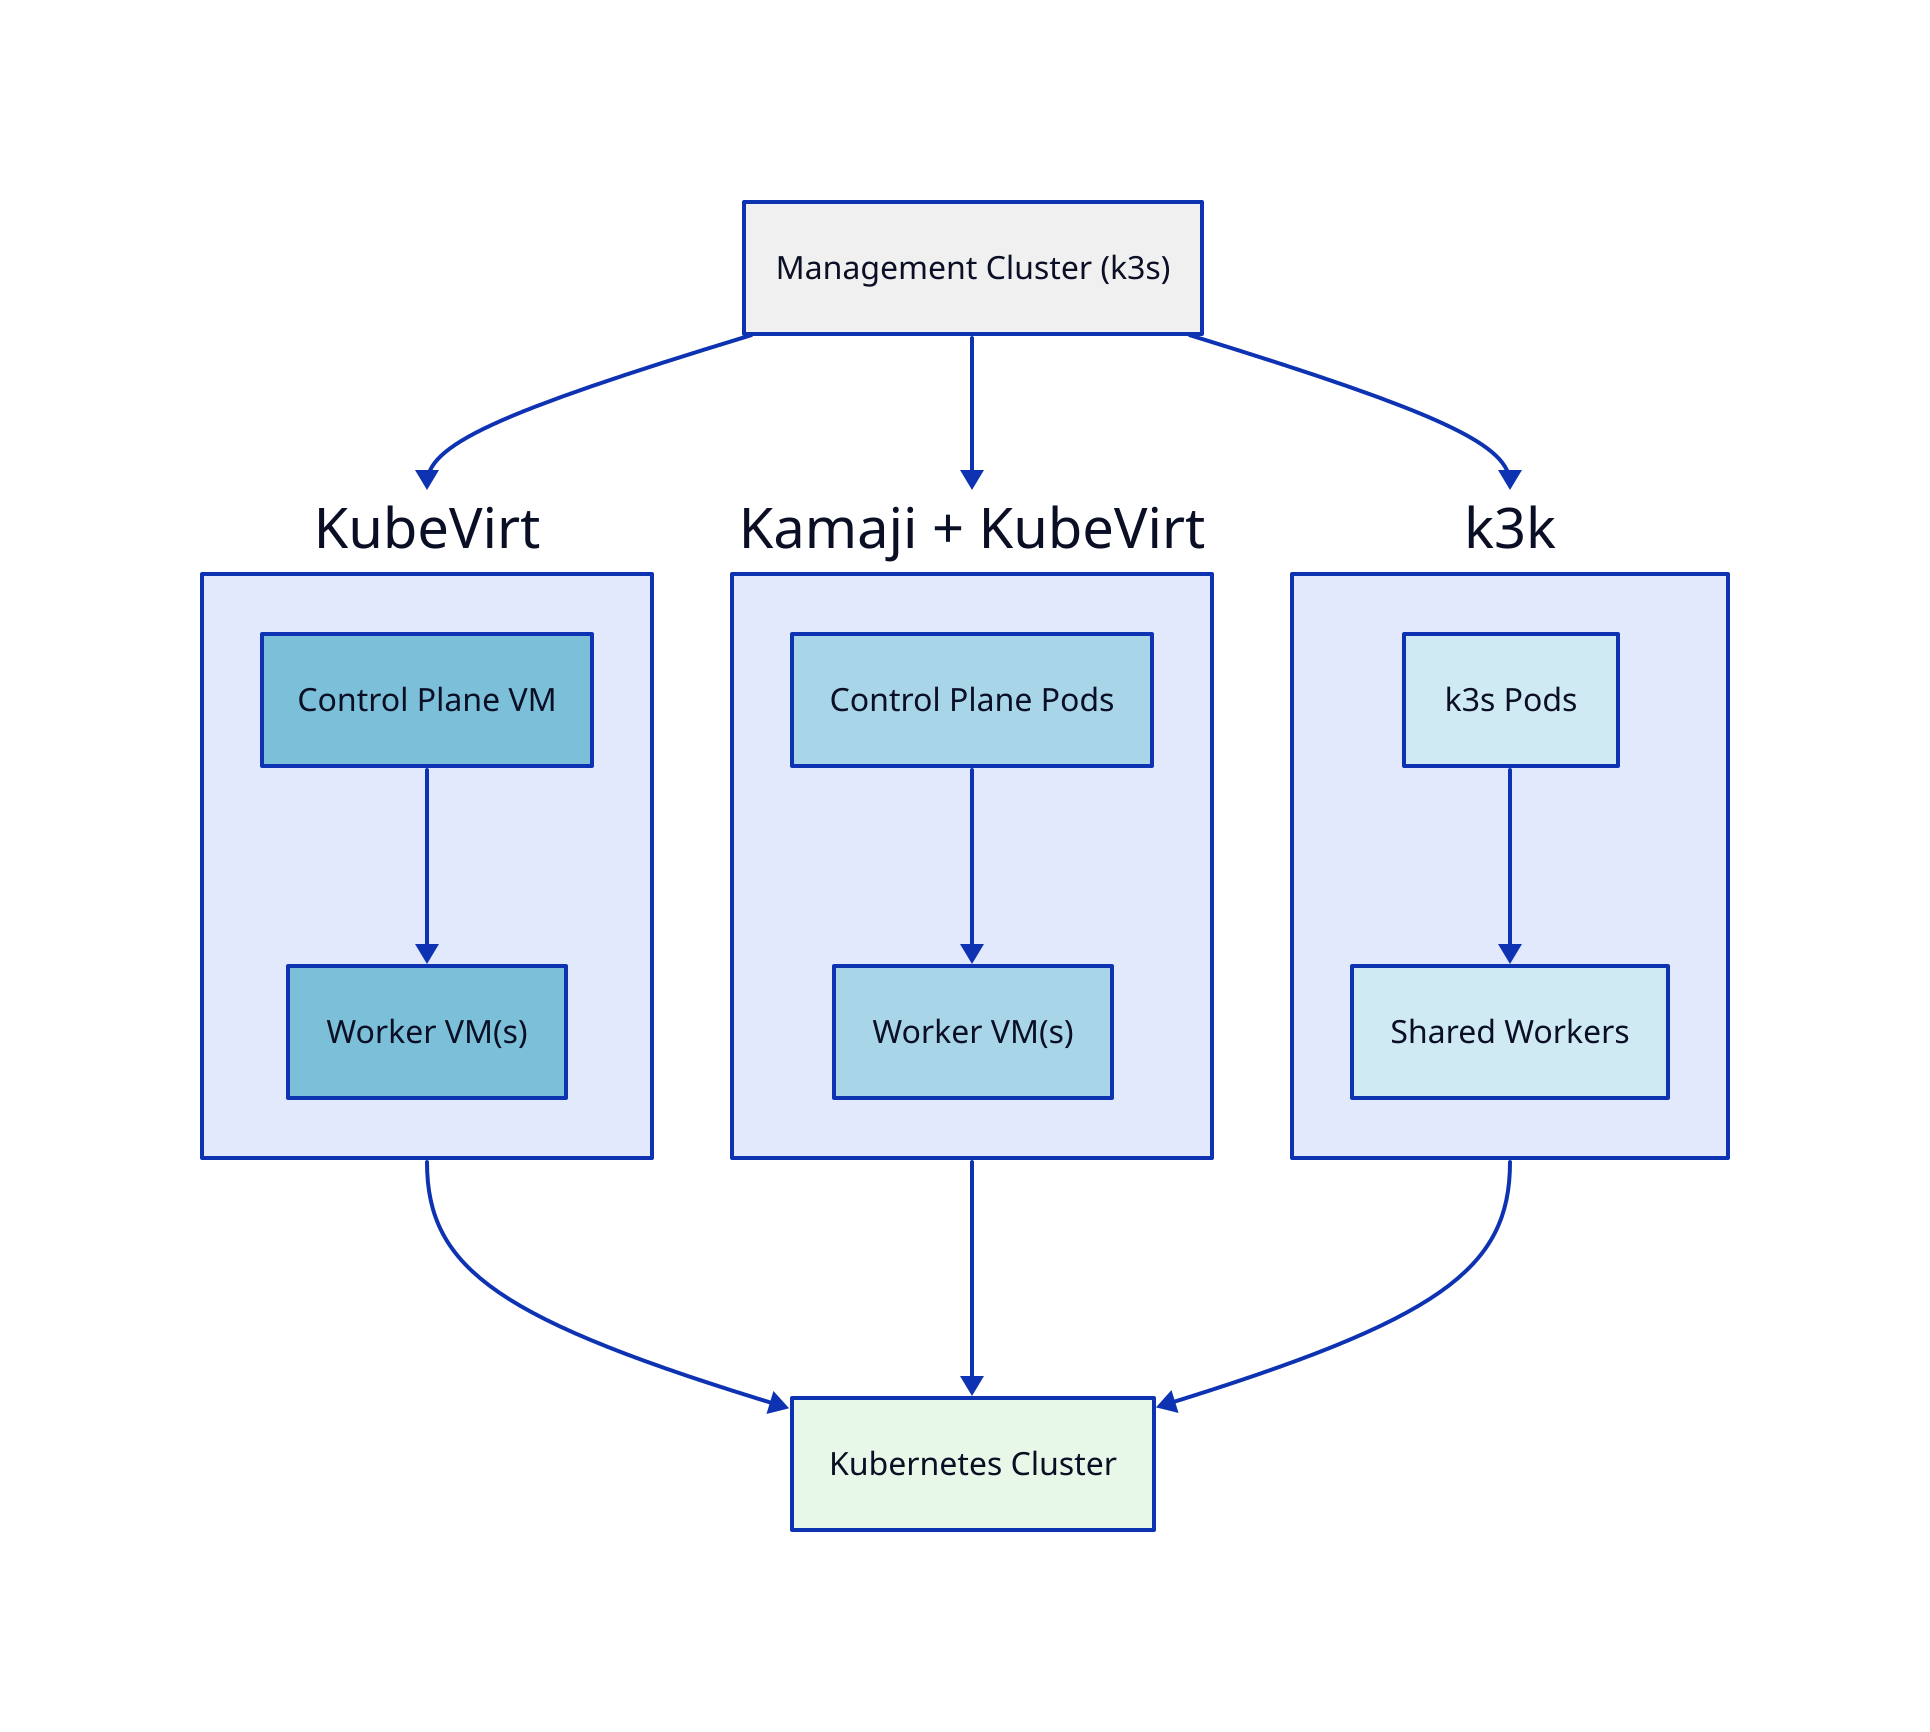
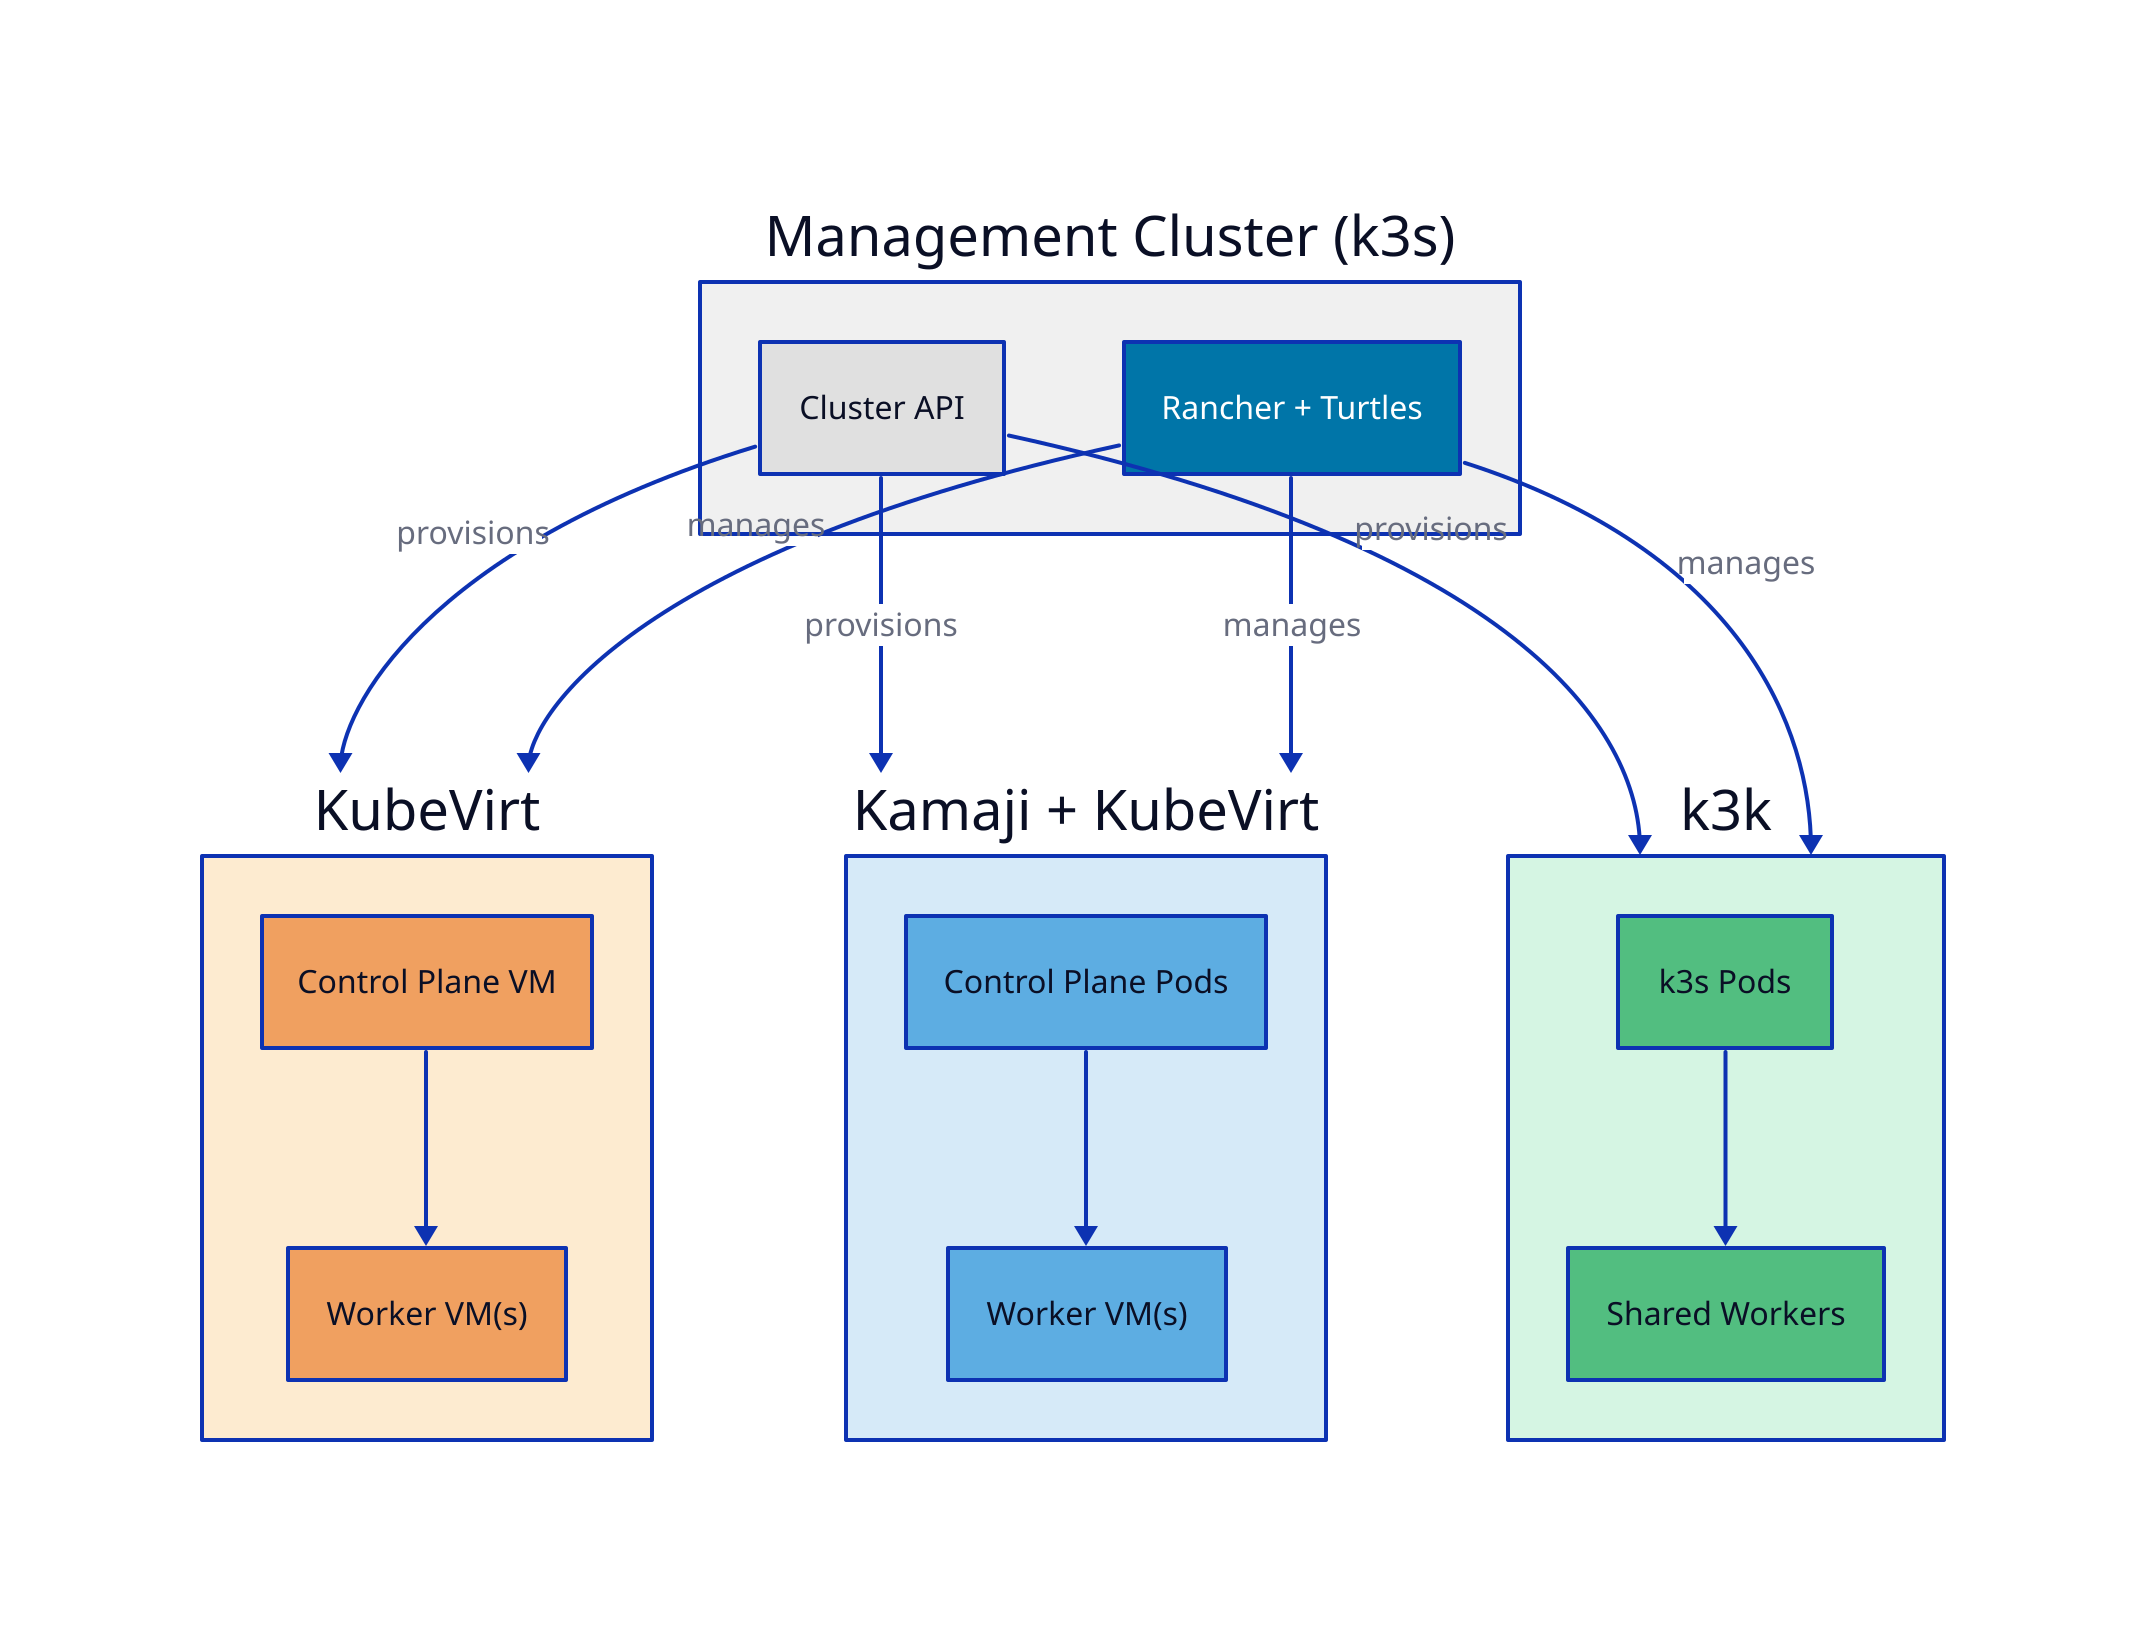
direction: down

mgmt: Management Cluster (k3s) {
  style.fill: "#f0f0f0"
+ 
+   capi: Cluster API {
+     style.fill: "#e0e0e0"
+   }
+   rancher: Rancher + Turtles {
+     style.fill: "#0075a8"
+     style.font-color: "#ffffff"
+   }
}

kubevirt: KubeVirt {
+   style.fill: "#fdebd0"
  cp_vm: Control Plane VM {
-     style.fill: "#7bbfd8"
+     style.fill: "#f0a060"
  }
  worker_vm: Worker VM(s) {
-     style.fill: "#7bbfd8"
+     style.fill: "#f0a060"
  }
  cp_vm -> worker_vm
}

kamaji: Kamaji + KubeVirt {
+   style.fill: "#d6eaf8"
  cp_pod: Control Plane Pods {
-     style.fill: "#a8d5e8"
+     style.fill: "#5dade2"
  }
  worker_vm2: Worker VM(s) {
-     style.fill: "#a8d5e8"
+     style.fill: "#5dade2"
  }
  cp_pod -> worker_vm2
}

k3k: k3k {
+   style.fill: "#d5f5e3"
  cp_pod2: k3s Pods {
-     style.fill: "#d0eaf4"
+     style.fill: "#52be80"
  }
  shared: Shared Workers {
-     style.fill: "#d0eaf4"
+     style.fill: "#52be80"
  }
  cp_pod2 -> shared
}

- mgmt -> kubevirt
- mgmt -> kamaji
- mgmt -> k3k
+ mgmt.capi -> kubevirt: provisions
+ mgmt.capi -> kamaji: provisions
+ mgmt.capi -> k3k: provisions

- result: Kubernetes Cluster {
-   shape: rectangle
-   style.fill: "#e8f8e8"
- }
- 
- kubevirt -> result
- kamaji -> result
- k3k -> result
+ mgmt.rancher -> kubevirt: manages
+ mgmt.rancher -> kamaji: manages
+ mgmt.rancher -> k3k: manages
